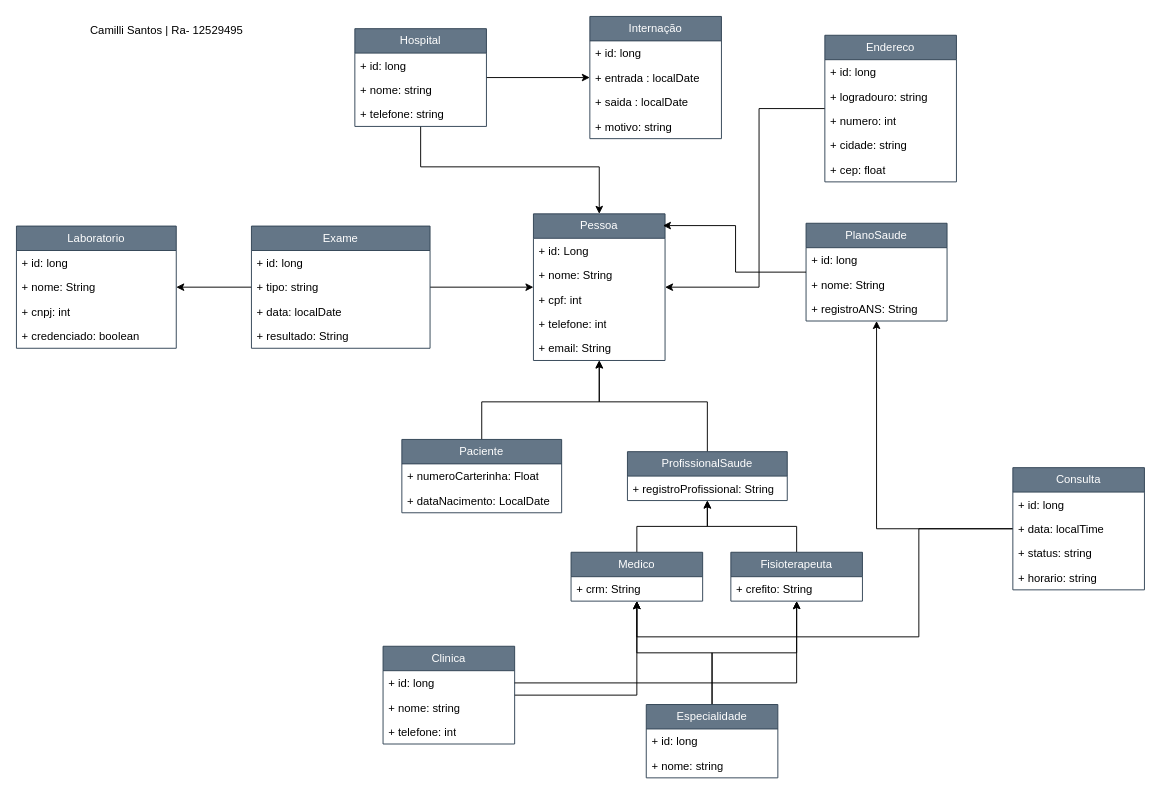
camilliverse/unifaj keeps this draw.io diagram as 2026-4/POOII/DrawIO - UMLs/PlanoSaude.drawio. Above is the earlier version. Source tidied: cells renumbered, new cells numbered last; positions are measured from the earlier drawing's top-left corner, leaving out a move shared by most shapes. Both pictures are drawn from the tidied source at 94%, with x=0, y=0 at pixel (16, 16).
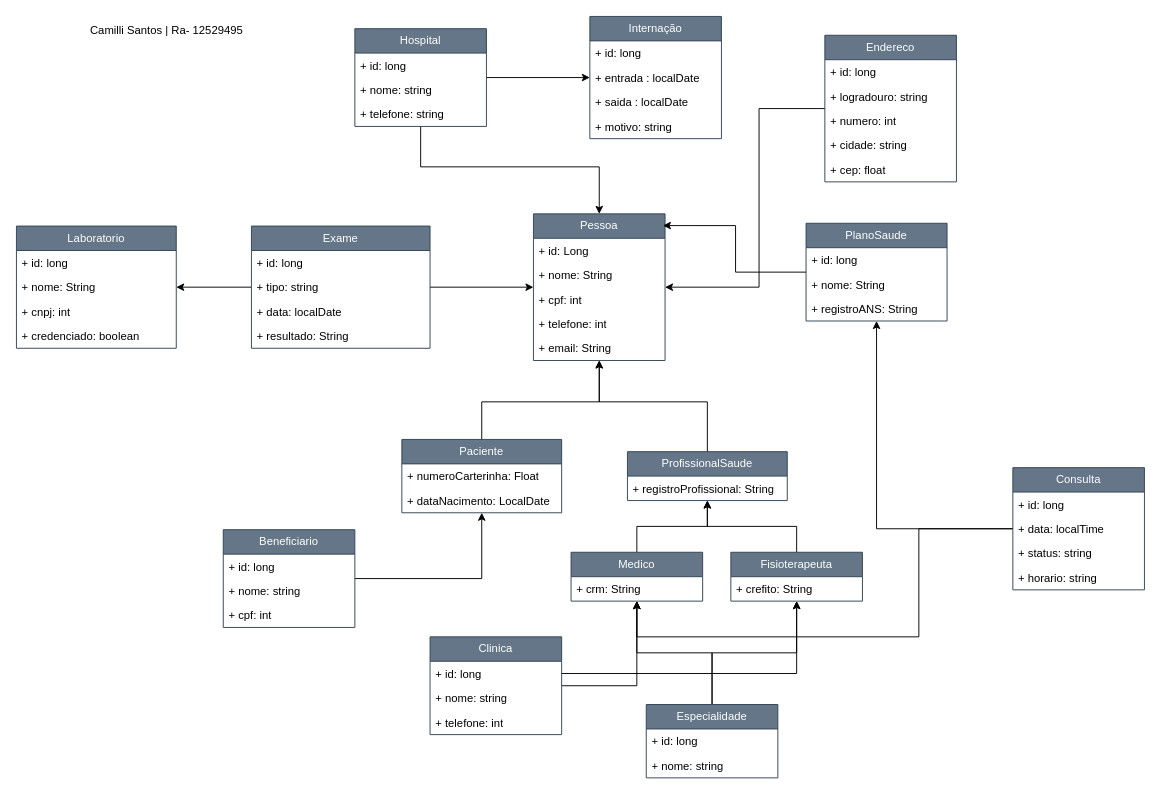
The same page after the edit.

The change refers to these unchanged cells:
```xml
<mxCell id="3" value="Paciente" style="swimlane;fontStyle=0;horizontal=1;startSize=26;fillColor=#647687;whiteSpace=wrap;html=1;fontColor=#ffffff;strokeColor=#314354;" parent="1" vertex="1">
  <mxGeometry x="410" y="450" width="170" height="78" as="geometry" />
</mxCell>
```

What changed in the source:
```diff
@@
     <mxCell id="50" value="Clinica" style="swimlane;fontStyle=0;horizontal=1;startSize=26;fillColor=#647687;whiteSpace=wrap;html=1;fontColor=#ffffff;strokeColor=#314354;" parent="1" vertex="1">
-      <mxGeometry x="390" y="670" width="140" height="104" as="geometry" />
+      <mxGeometry x="440" y="660" width="140" height="104" as="geometry" />
     </mxCell>
@@
+    <mxCell id="75" style="edgeStyle=orthogonalEdgeStyle;rounded=0;jettySize=auto;html=1;entryX=0.5;entryY=1;entryDx=0;entryDy=0;" parent="1" edge="1" source="76" target="3">
+      <mxGeometry relative="1" as="geometry" />
+    </mxCell>
+    <mxCell id="76" value="Beneficiario" style="swimlane;fontStyle=0;horizontal=1;startSize=26;fillColor=#647687;whiteSpace=wrap;html=1;fontColor=#ffffff;strokeColor=#314354;" parent="1" vertex="1">
+      <mxGeometry x="220" y="546" width="140" height="104" as="geometry" />
+    </mxCell>
+    <mxCell id="77" value="+ id: long" style="text;strokeColor=none;fillColor=none;align=left;verticalAlign=top;spacingLeft=4;spacingRight=4;overflow=hidden;whiteSpace=wrap;html=1;" parent="76" vertex="1">
+      <mxGeometry y="26" width="140" height="26" as="geometry" />
+    </mxCell>
+    <mxCell id="78" value="+ nome: string" style="text;strokeColor=none;fillColor=none;align=left;verticalAlign=top;spacingLeft=4;spacingRight=4;overflow=hidden;whiteSpace=wrap;html=1;" parent="76" vertex="1">
+      <mxGeometry y="52" width="140" height="26" as="geometry" />
+    </mxCell>
+    <mxCell id="79" value="+ cpf: int" style="text;strokeColor=none;fillColor=none;align=left;verticalAlign=top;spacingLeft=4;spacingRight=4;overflow=hidden;whiteSpace=wrap;html=1;" parent="76" vertex="1">
+      <mxGeometry y="78" width="140" height="26" as="geometry" />
+    </mxCell>
```
